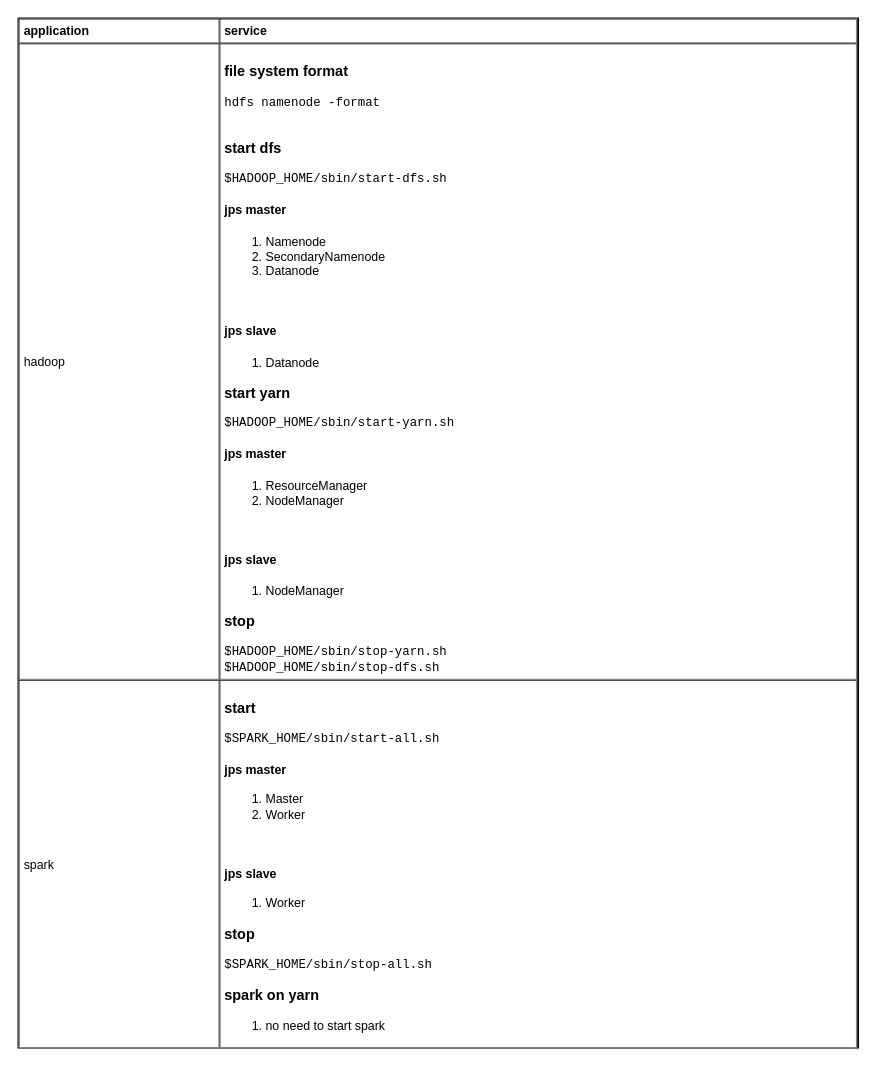
Earlier version of the draw.io diagram page "service" (4 of 7) of db/distdb.drawio (yangdj/tf_docs). Source tidied: cells renumbered, new cells numbered last; positions are measured from the earlier drawing's top-left corner, leaving out a move shared by most shapes. Both pictures are drawn from the tidied source at 103%, with x=0, y=0 at pixel (18, 18).
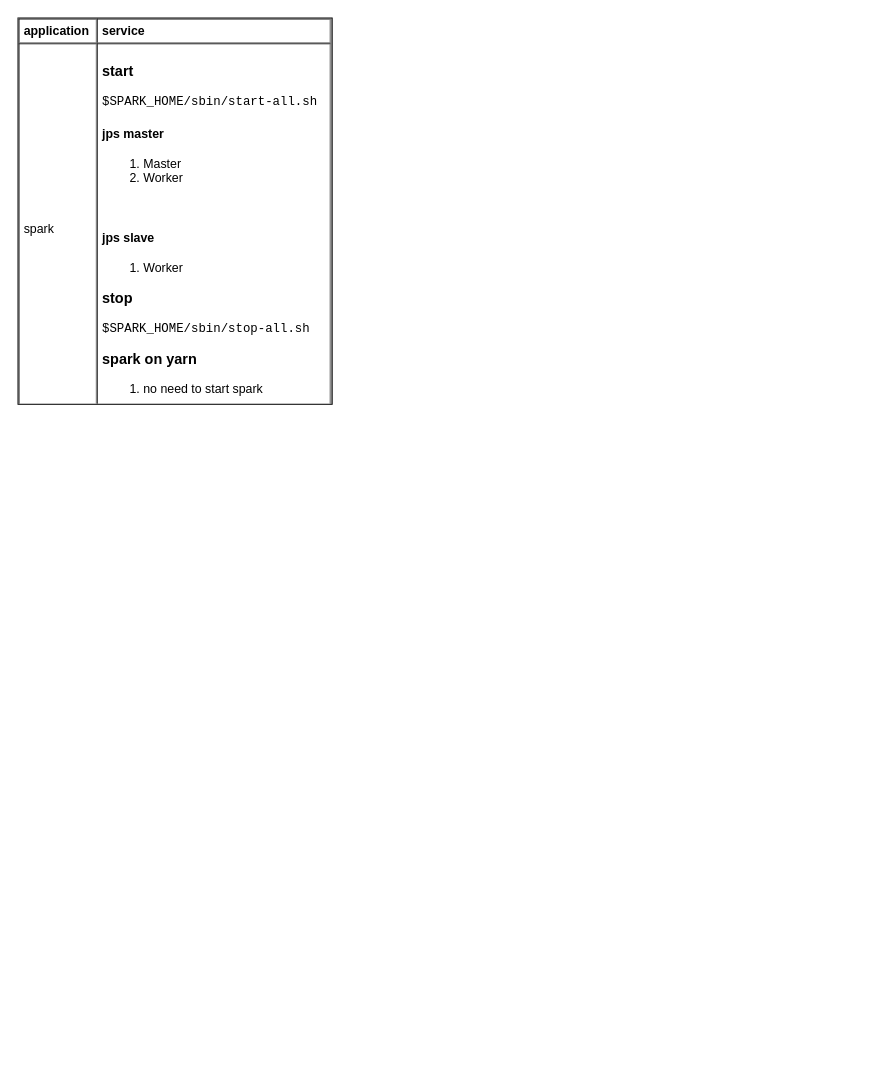
The same page after the edit.

What changed in the source:
```diff
@@
 <mxGraphModel>
   <root>
     <mxCell id="0" />
     <mxCell id="1" parent="0" />
-    <mxCell id="2" value="&lt;table cellpadding=&quot;4&quot; cellspacing=&quot;0&quot; border=&quot;1&quot; style=&quot;font-size: 1em ; width: 100% ; height: 100%&quot;&gt;&lt;tbody&gt;&lt;tr&gt;&lt;th&gt;application&lt;/th&gt;&lt;th&gt;service&lt;/th&gt;&lt;/tr&gt;&lt;tr&gt;&lt;td&gt;hadoop&lt;/td&gt;&lt;td&gt;&lt;h3 style=&quot;font-family: &amp;#34;courier new&amp;#34;&quot;&gt;&lt;span style=&quot;font-family: &amp;#34;helvetica&amp;#34; ; text-align: center&quot;&gt;file system format&lt;/span&gt;&lt;/h3&gt;&lt;div style=&quot;font-family: &amp;#34;courier new&amp;#34;&quot;&gt;&lt;span style=&quot;font-family: &amp;#34;courier new&amp;#34;&quot;&gt;hdfs namenode -format&lt;/span&gt;&lt;br&gt;&lt;/div&gt;&lt;div style=&quot;font-family: &amp;#34;courier new&amp;#34;&quot;&gt;&lt;br&gt;&lt;/div&gt;&lt;h3&gt;start dfs&lt;/h3&gt;&lt;div style=&quot;font-family: &amp;#34;courier new&amp;#34;&quot;&gt;&lt;span style=&quot;font-family: &amp;#34;courier new&amp;#34;&quot;&gt;$HADOOP_HOME/sbin/start-dfs.sh&lt;/span&gt;&lt;/div&gt;&lt;div style=&quot;font-family: &amp;#34;courier new&amp;#34;&quot;&gt;&lt;h4 style=&quot;font-family: &amp;#34;helvetica&amp;#34;&quot;&gt;&lt;span style=&quot;font-size: 12px&quot;&gt;jps master&lt;/span&gt;&lt;/h4&gt;&lt;ol style=&quot;font-family: &amp;#34;helvetica&amp;#34;&quot;&gt;&lt;li&gt;Namenode&lt;/li&gt;&lt;li&gt;SecondaryNamenode&lt;/li&gt;&lt;li&gt;Datanode&lt;/li&gt;&lt;/ol&gt;&lt;span style=&quot;font-family: &amp;#34;helvetica&amp;#34;&quot;&gt;&lt;br&gt;&lt;/span&gt;&lt;h4 style=&quot;font-family: &amp;#34;helvetica&amp;#34;&quot;&gt;jps slave&lt;/h4&gt;&lt;ol style=&quot;font-family: &amp;#34;helvetica&amp;#34;&quot;&gt;&lt;li&gt;Datanode&lt;/li&gt;&lt;/ol&gt;&lt;/div&gt;&lt;div style=&quot;font-family: &amp;#34;courier new&amp;#34;&quot;&gt;&lt;h3 style=&quot;font-family: &amp;#34;helvetica&amp;#34;&quot;&gt;start yarn&lt;/h3&gt;&lt;div&gt;&lt;span style=&quot;font-family: &amp;#34;courier new&amp;#34;&quot;&gt;$HADOOP_HOME/sbin/start-yarn.sh&lt;/span&gt;&lt;br&gt;&lt;/div&gt;&lt;div&gt;&lt;h4 style=&quot;font-family: &amp;#34;helvetica&amp;#34;&quot;&gt;&lt;span style=&quot;font-size: 12px&quot;&gt;jps master&lt;/span&gt;&lt;/h4&gt;&lt;ol style=&quot;font-family: &amp;#34;helvetica&amp;#34;&quot;&gt;&lt;li&gt;ResourceManager&lt;/li&gt;&lt;li&gt;NodeManager&lt;/li&gt;&lt;/ol&gt;&lt;span style=&quot;font-family: &amp;#34;helvetica&amp;#34;&quot;&gt;&lt;br&gt;&lt;/span&gt;&lt;h4 style=&quot;font-family: &amp;#34;helvetica&amp;#34;&quot;&gt;&lt;span style=&quot;font-size: 12px&quot;&gt;jps slave&lt;/span&gt;&lt;/h4&gt;&lt;ol style=&quot;font-family: &amp;#34;helvetica&amp;#34;&quot;&gt;&lt;li&gt;NodeManager&lt;/li&gt;&lt;/ol&gt;&lt;/div&gt;&lt;/div&gt;&lt;div style=&quot;font-family: &amp;#34;courier new&amp;#34;&quot;&gt;&lt;h3 style=&quot;font-family: &amp;#34;helvetica&amp;#34;&quot;&gt;stop&lt;/h3&gt;&lt;div&gt;&lt;span style=&quot;font-family: &amp;#34;courier new&amp;#34; ; font-size: 1em&quot;&gt;$HADOOP_HOME/sbin/stop-yarn.sh&lt;/span&gt;&lt;br&gt;&lt;/div&gt;&lt;div&gt;&lt;div&gt;&lt;div&gt;$HADOOP_HOME/sbin/stop-dfs.sh&lt;/div&gt;&lt;div&gt;&lt;/div&gt;&lt;/div&gt;&lt;div&gt;&lt;/div&gt;&lt;/div&gt;&lt;/div&gt;&lt;/td&gt;&lt;/tr&gt;&lt;tr&gt;&lt;td&gt;spark&lt;/td&gt;&lt;td&gt;&lt;h3 style=&quot;font-family: &amp;#34;helvetica&amp;#34;&quot;&gt;start&lt;/h3&gt;&lt;h3&gt;&lt;div style=&quot;font-family: &amp;#34;courier new&amp;#34; ; font-size: 12px ; font-weight: 400&quot;&gt;&lt;span style=&quot;font-family: &amp;#34;courier new&amp;#34;&quot;&gt;$SPARK_HOME/sbin/start-all.sh&lt;/span&gt;&lt;br&gt;&lt;/div&gt;&lt;/h3&gt;&lt;h3&gt;&lt;span style=&quot;font-size: 12px&quot;&gt;jps master&lt;/span&gt;&lt;/h3&gt;&lt;h3&gt;&lt;div style=&quot;font-family: &amp;#34;courier new&amp;#34; ; font-size: 12px ; font-weight: 400&quot;&gt;&lt;ol style=&quot;font-family: &amp;#34;helvetica&amp;#34;&quot;&gt;&lt;li&gt;Master&lt;/li&gt;&lt;li&gt;Worker&lt;/li&gt;&lt;/ol&gt;&lt;span style=&quot;font-family: &amp;#34;helvetica&amp;#34;&quot;&gt;&lt;br&gt;&lt;/span&gt;&lt;/div&gt;&lt;/h3&gt;&lt;h3&gt;&lt;span style=&quot;font-size: 12px&quot;&gt;jps slave&lt;/span&gt;&lt;/h3&gt;&lt;h3&gt;&lt;div style=&quot;font-family: &amp;#34;courier new&amp;#34; ; font-size: 12px ; font-weight: 400&quot;&gt;&lt;ol style=&quot;font-family: &amp;#34;helvetica&amp;#34;&quot;&gt;&lt;li&gt;Worker&lt;/li&gt;&lt;/ol&gt;&lt;/div&gt;&lt;/h3&gt;&lt;h3 style=&quot;font-family: &amp;#34;helvetica&amp;#34;&quot;&gt;stop&lt;/h3&gt;&lt;h3&gt;&lt;div style=&quot;font-family: &amp;#34;courier new&amp;#34; ; font-size: 12px ; font-weight: 400&quot;&gt;&lt;span style=&quot;font-family: &amp;#34;courier new&amp;#34;&quot;&gt;$SPARK_HOME/sbin/stop-all.sh&lt;/span&gt;&lt;/div&gt;&lt;/h3&gt;&lt;h3&gt;spark on yarn&lt;/h3&gt;&lt;div&gt;&lt;ol&gt;&lt;li&gt;no need to start spark&lt;/li&gt;&lt;/ol&gt;&lt;/div&gt;&lt;/td&gt;&lt;/tr&gt;&lt;/tbody&gt;&lt;/table&gt; " style="verticalAlign=top;align=left;overflow=fill;fontSize=12;fontFamily=Helvetica;html=1;fillColor=none;" parent="1" vertex="1">
-      <mxGeometry width="816" height="1000" as="geometry" />
+    <mxCell id="2" value="&lt;table cellpadding=&quot;4&quot; cellspacing=&quot;0&quot; border=&quot;1&quot; style=&quot;font-size: 1em ; width: 100% ; height: 100%&quot;&gt;&lt;tbody&gt;&lt;tr&gt;&lt;th&gt;application&lt;/th&gt;&lt;th&gt;service&lt;/th&gt;&lt;/tr&gt;&lt;tr&gt;&lt;td&gt;spark&lt;/td&gt;&lt;td&gt;&lt;h3 style=&quot;font-family: &amp;#34;helvetica&amp;#34;&quot;&gt;start&lt;/h3&gt;&lt;h3&gt;&lt;div style=&quot;font-family: &amp;#34;courier new&amp;#34; ; font-size: 12px ; font-weight: 400&quot;&gt;&lt;span style=&quot;font-family: &amp;#34;courier new&amp;#34;&quot;&gt;$SPARK_HOME/sbin/start-all.sh&lt;/span&gt;&lt;br&gt;&lt;/div&gt;&lt;/h3&gt;&lt;h3&gt;&lt;span style=&quot;font-size: 12px&quot;&gt;jps master&lt;/span&gt;&lt;/h3&gt;&lt;h3&gt;&lt;div style=&quot;font-family: &amp;#34;courier new&amp;#34; ; font-size: 12px ; font-weight: 400&quot;&gt;&lt;ol style=&quot;font-family: &amp;#34;helvetica&amp;#34;&quot;&gt;&lt;li&gt;Master&lt;/li&gt;&lt;li&gt;Worker&lt;/li&gt;&lt;/ol&gt;&lt;span style=&quot;font-family: &amp;#34;helvetica&amp;#34;&quot;&gt;&lt;br&gt;&lt;/span&gt;&lt;/div&gt;&lt;/h3&gt;&lt;h3&gt;&lt;span style=&quot;font-size: 12px&quot;&gt;jps slave&lt;/span&gt;&lt;/h3&gt;&lt;h3&gt;&lt;div style=&quot;font-family: &amp;#34;courier new&amp;#34; ; font-size: 12px ; font-weight: 400&quot;&gt;&lt;ol style=&quot;font-family: &amp;#34;helvetica&amp;#34;&quot;&gt;&lt;li&gt;Worker&lt;/li&gt;&lt;/ol&gt;&lt;/div&gt;&lt;/h3&gt;&lt;h3 style=&quot;font-family: &amp;#34;helvetica&amp;#34;&quot;&gt;stop&lt;/h3&gt;&lt;h3&gt;&lt;div style=&quot;font-family: &amp;#34;courier new&amp;#34; ; font-size: 12px ; font-weight: 400&quot;&gt;&lt;span style=&quot;font-family: &amp;#34;courier new&amp;#34;&quot;&gt;$SPARK_HOME/sbin/stop-all.sh&lt;/span&gt;&lt;/div&gt;&lt;/h3&gt;&lt;h3&gt;spark on yarn&lt;/h3&gt;&lt;div&gt;&lt;ol&gt;&lt;li&gt;no need to start spark&lt;/li&gt;&lt;/ol&gt;&lt;/div&gt;&lt;/td&gt;&lt;/tr&gt;&lt;/tbody&gt;&lt;/table&gt; " style="verticalAlign=top;align=left;overflow=fill;fontSize=12;fontFamily=Helvetica;html=1;fillColor=none;" parent="1" vertex="1">
+      <mxGeometry width="305" height="375" as="geometry" />
     </mxCell>
   </root>
 </mxGraphModel>
```
